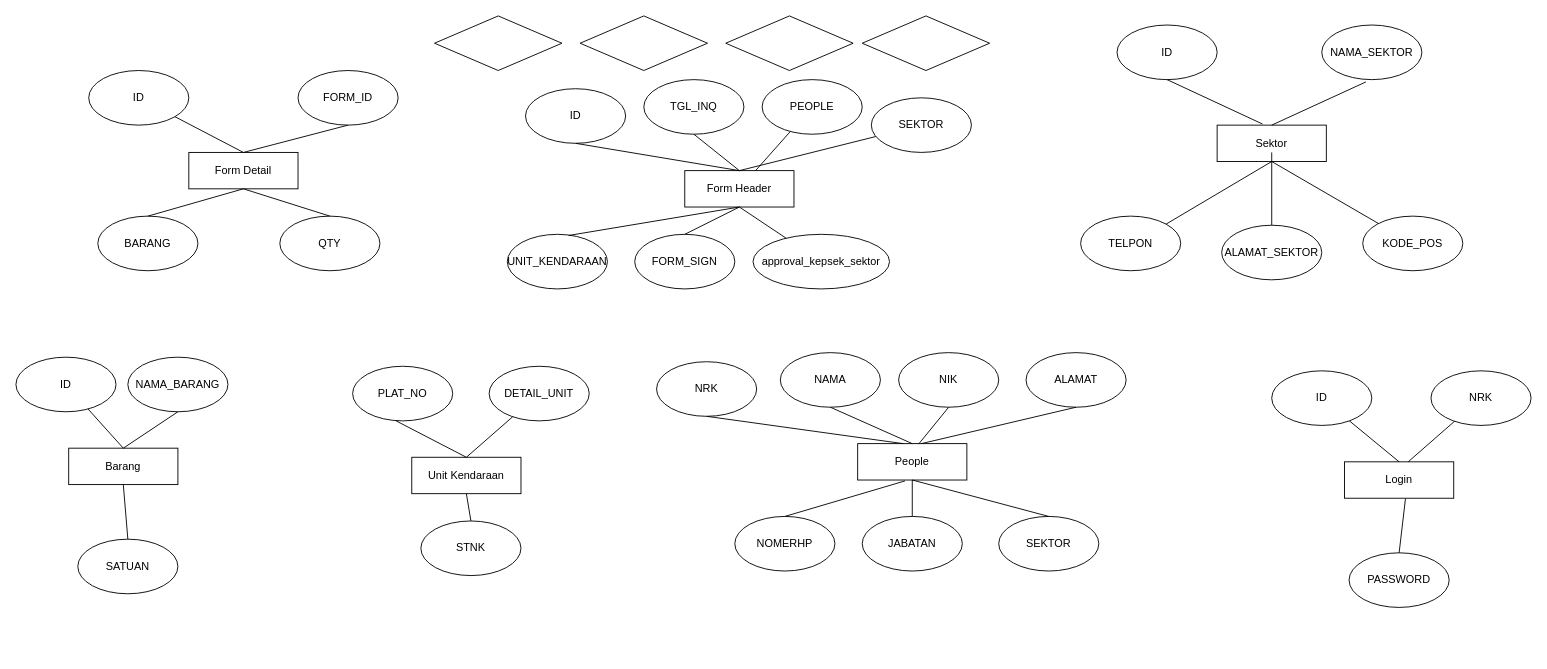
The draw.io diagram Untitled Diagram.drawio in mhmmdihza/kkpbl, before the edit. Source tidied: cells renumbered, new cells numbered last; positions are measured from the earlier drawing's top-left corner, leaving out a move shared by most shapes. Both pictures are drawn from the tidied source at 91%, with x=0, y=0 at pixel (15, 15).
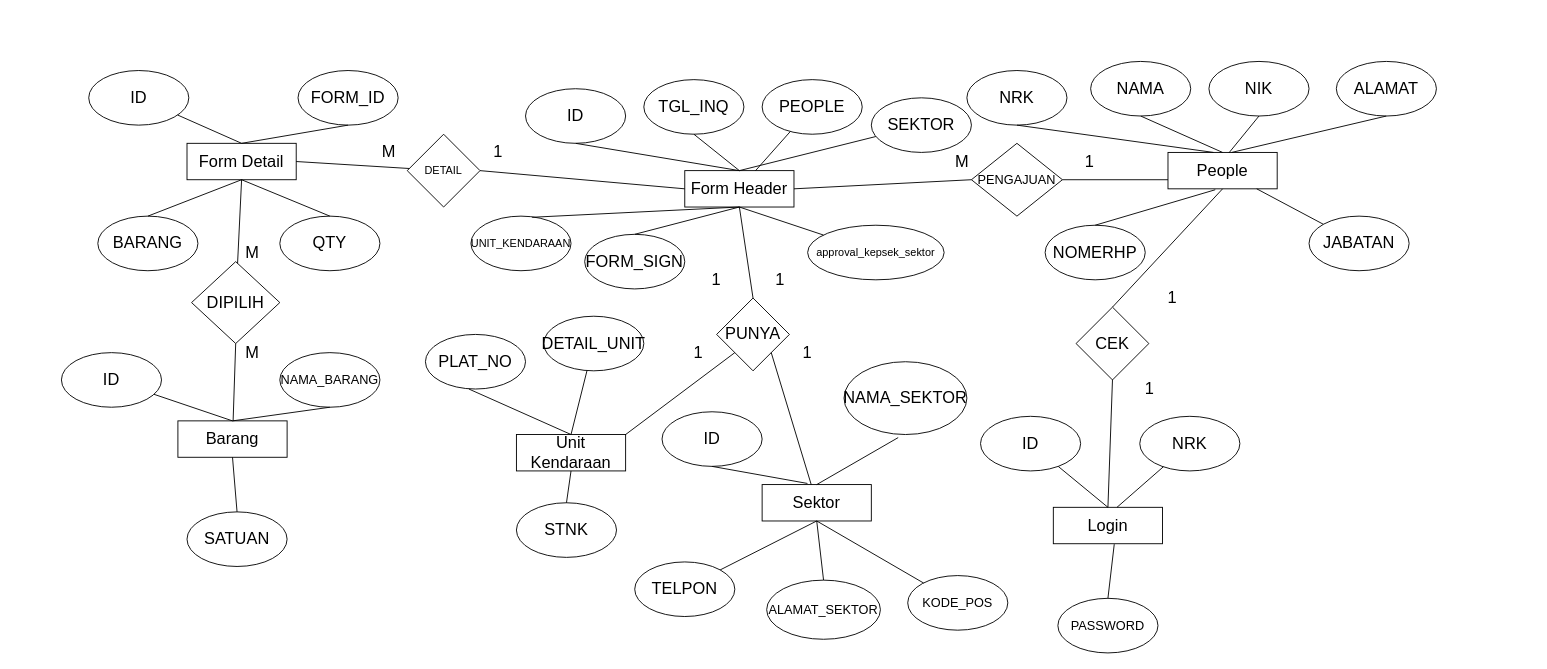
Above is the later version.

Change to the diagram source:
```diff
@@
-    <mxCell id="2" value="Sektor" style="rounded=0;whiteSpace=wrap;html=1;" parent="1" vertex="1">
-      <mxGeometry x="1320" y="120" width="120" height="40" as="geometry" />
+    <mxCell id="2" value="&lt;font style=&quot;font-size: 18px&quot;&gt;Sektor&lt;/font&gt;" style="rounded=0;whiteSpace=wrap;html=1;" parent="1" vertex="1">
+      <mxGeometry x="820" y="515" width="120" height="40" as="geometry" />
     </mxCell>
-    <mxCell id="3" value="Barang" style="rounded=0;whiteSpace=wrap;html=1;" parent="1" vertex="1">
-      <mxGeometry x="58" y="475" width="120" height="40" as="geometry" />
+    <mxCell id="3" value="&lt;font style=&quot;font-size: 18px&quot;&gt;Barang&lt;/font&gt;" style="rounded=0;whiteSpace=wrap;html=1;" parent="1" vertex="1">
+      <mxGeometry x="178" y="445" width="120" height="40" as="geometry" />
     </mxCell>
-    <mxCell id="4" value="Form Header" style="rounded=0;whiteSpace=wrap;html=1;" parent="1" vertex="1">
+    <mxCell id="4" value="&lt;font style=&quot;font-size: 18px&quot;&gt;Form Header&lt;/font&gt;" style="rounded=0;whiteSpace=wrap;html=1;" parent="1" vertex="1">
       <mxGeometry x="735" y="170" width="120" height="40" as="geometry" />
     </mxCell>
-    <mxCell id="5" value="Unit Kendaraan" style="rounded=0;whiteSpace=wrap;html=1;" parent="1" vertex="1">
-      <mxGeometry x="435" y="485" width="120" height="40" as="geometry" />
+    <mxCell id="5" value="&lt;font style=&quot;font-size: 18px&quot;&gt;Unit Kendaraan&lt;/font&gt;" style="rounded=0;whiteSpace=wrap;html=1;" parent="1" vertex="1">
+      <mxGeometry x="550" y="460" width="120" height="40" as="geometry" />
     </mxCell>
-    <mxCell id="6" value="Form Detail" style="rounded=0;whiteSpace=wrap;html=1;" parent="1" vertex="1">
-      <mxGeometry x="190" y="150" width="120" height="40" as="geometry" />
+    <mxCell id="6" value="&lt;font style=&quot;font-size: 18px&quot;&gt;Form Detail&lt;/font&gt;" style="rounded=0;whiteSpace=wrap;html=1;" parent="1" vertex="1">
+      <mxGeometry x="188" y="140" width="120" height="40" as="geometry" />
     </mxCell>
-    <mxCell id="7" value="People" style="rounded=0;whiteSpace=wrap;html=1;" parent="1" vertex="1">
-      <mxGeometry x="925" y="470" width="120" height="40" as="geometry" />
+    <mxCell id="7" value="&lt;font style=&quot;font-size: 18px&quot;&gt;People&lt;/font&gt;" style="rounded=0;whiteSpace=wrap;html=1;" parent="1" vertex="1">
+      <mxGeometry x="1266" y="150" width="120" height="40" as="geometry" />
     </mxCell>
-    <mxCell id="8" value="Login" style="rounded=0;whiteSpace=wrap;html=1;" parent="1" vertex="1">
-      <mxGeometry x="1460" y="490" width="120" height="40" as="geometry" />
+    <mxCell id="8" value="&lt;font style=&quot;font-size: 18px&quot;&gt;Login&lt;/font&gt;" style="rounded=0;whiteSpace=wrap;html=1;" parent="1" vertex="1">
+      <mxGeometry x="1140" y="540" width="120" height="40" as="geometry" />
     </mxCell>
-    <mxCell id="9" style="rhombus;whiteSpace=wrap;html=1;" parent="1" vertex="1">
-      <mxGeometry x="460" width="140" height="60" as="geometry" />
-    </mxCell>
-    <mxCell id="10" style="rhombus;whiteSpace=wrap;html=1;" parent="1" vertex="1">
-      <mxGeometry x="620" width="140" height="60" as="geometry" />
-    </mxCell>
-    <mxCell id="11" style="rhombus;whiteSpace=wrap;html=1;" parent="1" vertex="1">
-      <mxGeometry x="780" width="140" height="60" as="geometry" />
-    </mxCell>
-    <mxCell id="12" style="rhombus;whiteSpace=wrap;html=1;" parent="1" vertex="1">
-      <mxGeometry x="930" width="140" height="60" as="geometry" />
-    </mxCell>
-    <mxCell id="13" value="ID" style="ellipse;whiteSpace=wrap;html=1;" parent="1" vertex="1">
-      <mxGeometry x="1210" y="10" width="110" height="60" as="geometry" />
+    <mxCell id="13" value="&lt;font style=&quot;font-size: 18px&quot;&gt;ID&lt;/font&gt;" style="ellipse;whiteSpace=wrap;html=1;" parent="1" vertex="1">
+      <mxGeometry x="710" y="435" width="110" height="60" as="geometry" />
     </mxCell>
-    <mxCell id="14" value="KODE_POS" style="ellipse;whiteSpace=wrap;html=1;" parent="1" vertex="1">
-      <mxGeometry x="1480" y="220" width="110" height="60" as="geometry" />
+    <mxCell id="14" value="&lt;font style=&quot;font-size: 14px&quot;&gt;KODE_POS&lt;/font&gt;" style="ellipse;whiteSpace=wrap;html=1;" parent="1" vertex="1">
+      <mxGeometry x="980" y="615" width="110" height="60" as="geometry" />
     </mxCell>
-    <mxCell id="15" value="TELPON" style="ellipse;whiteSpace=wrap;html=1;" parent="1" vertex="1">
-      <mxGeometry x="1170" y="220" width="110" height="60" as="geometry" />
+    <mxCell id="15" value="&lt;font style=&quot;font-size: 18px&quot;&gt;TELPON&lt;/font&gt;" style="ellipse;whiteSpace=wrap;html=1;" parent="1" vertex="1">
+      <mxGeometry x="680" y="600" width="110" height="60" as="geometry" />
     </mxCell>
-    <mxCell id="16" value="NAMA_SEKTOR" style="ellipse;whiteSpace=wrap;html=1;" parent="1" vertex="1">
-      <mxGeometry x="1435" y="10" width="110" height="60" as="geometry" />
+    <mxCell id="16" value="&lt;font style=&quot;font-size: 18px&quot;&gt;NAMA_SEKTOR&lt;/font&gt;" style="ellipse;whiteSpace=wrap;html=1;" parent="1" vertex="1">
+      <mxGeometry x="910" y="380" width="135" height="80" as="geometry" />
     </mxCell>
-    <mxCell id="17" value="ALAMAT_SEKTOR" style="ellipse;whiteSpace=wrap;html=1;" parent="1" vertex="1">
-      <mxGeometry x="1325" y="230" width="110" height="60" as="geometry" />
+    <mxCell id="17" value="&lt;font style=&quot;font-size: 14px&quot;&gt;ALAMAT_SEKTOR&lt;/font&gt;" style="ellipse;whiteSpace=wrap;html=1;" parent="1" vertex="1">
+      <mxGeometry x="825" y="620" width="125" height="65" as="geometry" />
     </mxCell>
@@
-    <mxCell id="20" style="endArrow=none;html=1;exitX=0.5;exitY=0;exitDx=0;exitDy=0;" parent="1" edge="1" source="17">
-      <mxGeometry relative="1" as="geometry">
-        <mxPoint x="1380" y="150" as="targetPoint" />
-      </mxGeometry>
+    <mxCell id="20" style="endArrow=none;html=1;exitX=0.5;exitY=0;exitDx=0;exitDy=0;entryX=0.5;entryY=1;entryDx=0;entryDy=0;" parent="1" edge="1" source="17" target="2">
+      <mxGeometry relative="1" as="geometry" />
     </mxCell>
@@
-    <mxCell id="23" value="TGL_INQ" style="ellipse;whiteSpace=wrap;html=1;" parent="1" vertex="1">
+    <mxCell id="23" value="&lt;font style=&quot;font-size: 18px&quot;&gt;TGL_INQ&lt;/font&gt;" style="ellipse;whiteSpace=wrap;html=1;" parent="1" vertex="1">
       <mxGeometry x="690" y="70" width="110" height="60" as="geometry" />
     </mxCell>
-    <mxCell id="24" value="PEOPLE" style="ellipse;whiteSpace=wrap;html=1;" parent="1" vertex="1">
+    <mxCell id="24" value="&lt;font style=&quot;font-size: 18px&quot;&gt;PEOPLE&lt;/font&gt;" style="ellipse;whiteSpace=wrap;html=1;" parent="1" vertex="1">
       <mxGeometry x="820" y="70" width="110" height="60" as="geometry" />
     </mxCell>
     <mxCell id="25" value="approval_kepsek_sektor" style="ellipse;whiteSpace=wrap;html=1;" parent="1" vertex="1">
-      <mxGeometry x="810" y="240" width="150" height="60" as="geometry" />
+      <mxGeometry x="870" y="230" width="150" height="60" as="geometry" />
     </mxCell>
-    <mxCell id="26" value="FORM_SIGN" style="ellipse;whiteSpace=wrap;html=1;" parent="1" vertex="1">
-      <mxGeometry x="680" y="240" width="110" height="60" as="geometry" />
+    <mxCell id="26" value="&lt;font style=&quot;font-size: 18px&quot;&gt;FORM_SIGN&lt;/font&gt;" style="ellipse;whiteSpace=wrap;html=1;" parent="1" vertex="1">
+      <mxGeometry x="625" y="240" width="110" height="60" as="geometry" />
     </mxCell>
     <mxCell id="27" value="UNIT_KENDARAAN" style="ellipse;whiteSpace=wrap;html=1;" parent="1" vertex="1">
-      <mxGeometry x="540" y="240" width="110" height="60" as="geometry" />
+      <mxGeometry x="500" y="220" width="110" height="60" as="geometry" />
     </mxCell>
-    <mxCell id="28" value="ID" style="ellipse;whiteSpace=wrap;html=1;" parent="1" vertex="1">
+    <mxCell id="28" value="&lt;font style=&quot;font-size: 18px&quot;&gt;ID&lt;/font&gt;" style="ellipse;whiteSpace=wrap;html=1;" parent="1" vertex="1">
       <mxGeometry x="560" y="80" width="110" height="60" as="geometry" />
     </mxCell>
-    <mxCell id="29" value="SEKTOR" style="ellipse;whiteSpace=wrap;html=1;" parent="1" vertex="1">
+    <mxCell id="29" value="&lt;font style=&quot;font-size: 18px&quot;&gt;SEKTOR&lt;/font&gt;" style="ellipse;whiteSpace=wrap;html=1;" parent="1" vertex="1">
       <mxGeometry x="940" y="90" width="110" height="60" as="geometry" />
     </mxCell>
@@
-    <mxCell id="37" value="ID" style="ellipse;whiteSpace=wrap;html=1;" parent="1" vertex="1">
+    <mxCell id="37" value="&lt;font style=&quot;font-size: 18px&quot;&gt;ID&lt;/font&gt;" style="ellipse;whiteSpace=wrap;html=1;" parent="1" vertex="1">
       <mxGeometry x="80" y="60" width="110" height="60" as="geometry" />
     </mxCell>
-    <mxCell id="38" value="FORM_ID" style="ellipse;whiteSpace=wrap;html=1;" parent="1" vertex="1">
+    <mxCell id="38" value="&lt;font style=&quot;font-size: 18px&quot;&gt;FORM_ID&lt;/font&gt;" style="ellipse;whiteSpace=wrap;html=1;" parent="1" vertex="1">
       <mxGeometry x="310" y="60" width="110" height="60" as="geometry" />
     </mxCell>
-    <mxCell id="39" value="QTY" style="ellipse;whiteSpace=wrap;html=1;" parent="1" vertex="1">
+    <mxCell id="39" value="&lt;font style=&quot;font-size: 18px&quot;&gt;QTY&lt;/font&gt;" style="ellipse;whiteSpace=wrap;html=1;" parent="1" vertex="1">
       <mxGeometry x="290" y="220" width="110" height="60" as="geometry" />
     </mxCell>
-    <mxCell id="40" value="BARANG" style="ellipse;whiteSpace=wrap;html=1;" parent="1" vertex="1">
+    <mxCell id="40" value="&lt;font style=&quot;font-size: 18px&quot;&gt;BARANG&lt;/font&gt;" style="ellipse;whiteSpace=wrap;html=1;" parent="1" vertex="1">
       <mxGeometry x="90" y="220" width="110" height="60" as="geometry" />
     </mxCell>
@@
-    <mxCell id="45" value="ID" style="ellipse;whiteSpace=wrap;html=1;" parent="1" vertex="1">
-      <mxGeometry y="375" width="110" height="60" as="geometry" />
+    <mxCell id="45" value="&lt;font style=&quot;font-size: 18px&quot;&gt;ID&lt;/font&gt;" style="ellipse;whiteSpace=wrap;html=1;" parent="1" vertex="1">
+      <mxGeometry x="50" y="370" width="110" height="60" as="geometry" />
     </mxCell>
-    <mxCell id="46" value="SATUAN" style="ellipse;whiteSpace=wrap;html=1;" parent="1" vertex="1">
-      <mxGeometry x="68" y="575" width="110" height="60" as="geometry" />
+    <mxCell id="46" value="&lt;font style=&quot;font-size: 18px&quot;&gt;SATUAN&lt;/font&gt;" style="ellipse;whiteSpace=wrap;html=1;" parent="1" vertex="1">
+      <mxGeometry x="188" y="545" width="110" height="60" as="geometry" />
     </mxCell>
-    <mxCell id="47" value="NAMA_BARANG" style="ellipse;whiteSpace=wrap;html=1;" parent="1" vertex="1">
-      <mxGeometry x="123" y="375" width="110" height="60" as="geometry" />
+    <mxCell id="47" value="&lt;font style=&quot;font-size: 14px&quot;&gt;NAMA_BARANG&lt;/font&gt;" style="ellipse;whiteSpace=wrap;html=1;" parent="1" vertex="1">
+      <mxGeometry x="290" y="370" width="110" height="60" as="geometry" />
     </mxCell>
@@
-    <mxCell id="51" value="STNK" style="ellipse;whiteSpace=wrap;html=1;" parent="1" vertex="1">
-      <mxGeometry x="445" y="555" width="110" height="60" as="geometry" />
+    <mxCell id="51" value="&lt;font style=&quot;font-size: 18px&quot;&gt;STNK&lt;/font&gt;" style="ellipse;whiteSpace=wrap;html=1;" parent="1" vertex="1">
+      <mxGeometry x="550" y="535" width="110" height="60" as="geometry" />
     </mxCell>
-    <mxCell id="52" value="DETAIL_UNIT" style="ellipse;whiteSpace=wrap;html=1;" parent="1" vertex="1">
-      <mxGeometry x="520" y="385" width="110" height="60" as="geometry" />
+    <mxCell id="52" value="&lt;font style=&quot;font-size: 18px&quot;&gt;DETAIL_UNIT&lt;/font&gt;" style="ellipse;whiteSpace=wrap;html=1;" parent="1" vertex="1">
+      <mxGeometry x="580" y="330" width="110" height="60" as="geometry" />
     </mxCell>
-    <mxCell id="53" value="PLAT_NO" style="ellipse;whiteSpace=wrap;html=1;" parent="1" vertex="1">
-      <mxGeometry x="370" y="385" width="110" height="60" as="geometry" />
+    <mxCell id="53" value="&lt;font style=&quot;font-size: 18px&quot;&gt;PLAT_NO&lt;/font&gt;" style="ellipse;whiteSpace=wrap;html=1;" parent="1" vertex="1">
+      <mxGeometry x="450" y="350" width="110" height="60" as="geometry" />
     </mxCell>
@@
-    <mxCell id="57" value="SEKTOR" style="ellipse;whiteSpace=wrap;html=1;" parent="1" vertex="1">
-      <mxGeometry x="1080" y="550" width="110" height="60" as="geometry" />
-    </mxCell>
-    <mxCell id="58" value="JABATAN" style="ellipse;whiteSpace=wrap;html=1;" parent="1" vertex="1">
-      <mxGeometry x="930" y="550" width="110" height="60" as="geometry" />
+    <mxCell id="58" value="&lt;font style=&quot;font-size: 18px&quot;&gt;JABATAN&lt;/font&gt;" style="ellipse;whiteSpace=wrap;html=1;" parent="1" vertex="1">
+      <mxGeometry x="1421" y="220" width="110" height="60" as="geometry" />
     </mxCell>
-    <mxCell id="59" value="NOMERHP" style="ellipse;whiteSpace=wrap;html=1;" parent="1" vertex="1">
-      <mxGeometry x="790" y="550" width="110" height="60" as="geometry" />
+    <mxCell id="59" value="&lt;font style=&quot;font-size: 18px&quot;&gt;NOMERHP&lt;/font&gt;" style="ellipse;whiteSpace=wrap;html=1;" parent="1" vertex="1">
+      <mxGeometry x="1131" y="230" width="110" height="60" as="geometry" />
     </mxCell>
-    <mxCell id="60" value="NRK" style="ellipse;whiteSpace=wrap;html=1;" parent="1" vertex="1">
-      <mxGeometry x="704" y="380" width="110" height="60" as="geometry" />
+    <mxCell id="60" value="&lt;font style=&quot;font-size: 18px&quot;&gt;NRK&lt;/font&gt;" style="ellipse;whiteSpace=wrap;html=1;" parent="1" vertex="1">
+      <mxGeometry x="1045" y="60" width="110" height="60" as="geometry" />
     </mxCell>
-    <mxCell id="61" value="ALAMAT" style="ellipse;whiteSpace=wrap;html=1;" parent="1" vertex="1">
-      <mxGeometry x="1110" y="370" width="110" height="60" as="geometry" />
+    <mxCell id="61" value="&lt;font style=&quot;font-size: 18px&quot;&gt;ALAMAT&lt;/font&gt;" style="ellipse;whiteSpace=wrap;html=1;" parent="1" vertex="1">
+      <mxGeometry x="1451" y="50" width="110" height="60" as="geometry" />
     </mxCell>
-    <mxCell id="62" value="NAMA" style="ellipse;whiteSpace=wrap;html=1;" parent="1" vertex="1">
-      <mxGeometry x="840" y="370" width="110" height="60" as="geometry" />
+    <mxCell id="62" value="&lt;font style=&quot;font-size: 18px&quot;&gt;NAMA&lt;/font&gt;" style="ellipse;whiteSpace=wrap;html=1;" parent="1" vertex="1">
+      <mxGeometry x="1181" y="50" width="110" height="60" as="geometry" />
     </mxCell>
-    <mxCell id="63" value="NIK" style="ellipse;whiteSpace=wrap;html=1;" parent="1" vertex="1">
-      <mxGeometry x="970" y="370" width="110" height="60" as="geometry" />
+    <mxCell id="63" value="&lt;font style=&quot;font-size: 18px&quot;&gt;NIK&lt;/font&gt;" style="ellipse;whiteSpace=wrap;html=1;" parent="1" vertex="1">
+      <mxGeometry x="1311" y="50" width="110" height="60" as="geometry" />
     </mxCell>
@@
-    <mxCell id="70" style="endArrow=none;html=1;exitX=0.5;exitY=0;exitDx=0;exitDy=0;entryX=0.5;entryY=1;entryDx=0;entryDy=0;" parent="1" edge="1" source="57" target="7">
-      <mxGeometry relative="1" as="geometry" />
-    </mxCell>
-    <mxCell id="71" value="PASSWORD" style="ellipse;whiteSpace=wrap;html=1;" parent="1" vertex="1">
-      <mxGeometry x="1465" y="590" width="110" height="60" as="geometry" />
+    <mxCell id="71" value="&lt;font style=&quot;font-size: 14px&quot;&gt;PASSWORD&lt;/font&gt;" style="ellipse;whiteSpace=wrap;html=1;" parent="1" vertex="1">
+      <mxGeometry x="1145" y="640" width="110" height="60" as="geometry" />
     </mxCell>
-    <mxCell id="72" value="NRK" style="ellipse;whiteSpace=wrap;html=1;" parent="1" vertex="1">
-      <mxGeometry x="1555" y="390" width="110" height="60" as="geometry" />
+    <mxCell id="72" value="&lt;font style=&quot;font-size: 18px&quot;&gt;NRK&lt;/font&gt;" style="ellipse;whiteSpace=wrap;html=1;" parent="1" vertex="1">
+      <mxGeometry x="1235" y="440" width="110" height="60" as="geometry" />
     </mxCell>
-    <mxCell id="73" value="ID" style="ellipse;whiteSpace=wrap;html=1;" parent="1" vertex="1">
-      <mxGeometry x="1380" y="390" width="110" height="60" as="geometry" />
+    <mxCell id="73" value="&lt;font style=&quot;font-size: 18px&quot;&gt;ID&lt;/font&gt;" style="ellipse;whiteSpace=wrap;html=1;" parent="1" vertex="1">
+      <mxGeometry x="1060" y="440" width="110" height="60" as="geometry" />
     </mxCell>
@@
+    <mxCell id="77" value="&lt;font style=&quot;font-size: 18px&quot;&gt;DIPILIH&lt;/font&gt;" style="rhombus;whiteSpace=wrap;html=1;" parent="1" vertex="1">
+      <mxGeometry x="193" y="270" width="97" height="90" as="geometry" />
+    </mxCell>
+    <mxCell id="78" value="&lt;font style=&quot;font-size: 18px&quot;&gt;PUNYA&lt;/font&gt;" style="rhombus;whiteSpace=wrap;html=1;" parent="1" vertex="1">
+      <mxGeometry x="770" y="310" width="80" height="80" as="geometry" />
+    </mxCell>
+    <mxCell id="79" value="DETAIL" style="rhombus;whiteSpace=wrap;html=1;" parent="1" vertex="1">
+      <mxGeometry x="430" y="130" width="80" height="80" as="geometry" />
+    </mxCell>
+    <mxCell id="80" value="&lt;font style=&quot;font-size: 14px&quot;&gt;PENGAJUAN&lt;/font&gt;" style="rhombus;whiteSpace=wrap;html=1;" parent="1" vertex="1">
+      <mxGeometry x="1050" y="140" width="100" height="80" as="geometry" />
+    </mxCell>
+    <mxCell id="81" value="&lt;font style=&quot;font-size: 18px&quot;&gt;CEK&lt;/font&gt;" style="rhombus;whiteSpace=wrap;html=1;" parent="1" vertex="1">
+      <mxGeometry x="1165" y="320" width="80" height="80" as="geometry" />
+    </mxCell>
+    <mxCell id="82" style="endArrow=none;html=1;exitX=0.5;exitY=0;exitDx=0;exitDy=0;entryX=0.5;entryY=1;entryDx=0;entryDy=0;" parent="1" edge="1" source="78" target="4">
+      <mxGeometry relative="1" as="geometry" />
+    </mxCell>
+    <mxCell id="83" style="endArrow=none;html=1;entryX=0.5;entryY=1;entryDx=0;entryDy=0;" parent="1" edge="1" source="77" target="6">
+      <mxGeometry relative="1" as="geometry" />
+    </mxCell>
+    <mxCell id="84" style="endArrow=none;html=1;entryX=0.5;entryY=1;entryDx=0;entryDy=0;" parent="1" edge="1" source="3" target="77">
+      <mxGeometry relative="1" as="geometry" />
+    </mxCell>
+    <mxCell id="85" style="endArrow=none;html=1;exitX=1;exitY=0;exitDx=0;exitDy=0;entryX=0;entryY=1;entryDx=0;entryDy=0;" parent="1" edge="1" source="5" target="78">
+      <mxGeometry relative="1" as="geometry" />
+    </mxCell>
+    <mxCell id="86" style="endArrow=none;html=1;entryX=1;entryY=1;entryDx=0;entryDy=0;" parent="1" edge="1" source="2" target="78">
+      <mxGeometry relative="1" as="geometry" />
+    </mxCell>
+    <mxCell id="87" style="endArrow=none;html=1;entryX=0;entryY=0.5;entryDx=0;entryDy=0;exitX=1;exitY=0.5;exitDx=0;exitDy=0;" parent="1" edge="1" source="4" target="80">
+      <mxGeometry relative="1" as="geometry" />
+    </mxCell>
+    <mxCell id="88" style="endArrow=none;html=1;entryX=1;entryY=0.5;entryDx=0;entryDy=0;exitX=0;exitY=0.75;exitDx=0;exitDy=0;" parent="1" edge="1" source="7" target="80">
+      <mxGeometry relative="1" as="geometry" />
+    </mxCell>
+    <mxCell id="89" style="endArrow=none;html=1;entryX=0.5;entryY=1;entryDx=0;entryDy=0;exitX=0.5;exitY=0;exitDx=0;exitDy=0;" parent="1" edge="1" source="81" target="7">
+      <mxGeometry relative="1" as="geometry" />
+    </mxCell>
+    <mxCell id="90" style="endArrow=none;html=1;entryX=0.5;entryY=1;entryDx=0;entryDy=0;exitX=0.5;exitY=0;exitDx=0;exitDy=0;" parent="1" edge="1" source="8" target="81">
+      <mxGeometry relative="1" as="geometry" />
+    </mxCell>
+    <mxCell id="91" style="endArrow=none;html=1;exitX=1;exitY=0.5;exitDx=0;exitDy=0;" parent="1" edge="1" source="6" target="79">
+      <mxGeometry relative="1" as="geometry" />
+    </mxCell>
+    <mxCell id="92" style="endArrow=none;html=1;exitX=1;exitY=0.5;exitDx=0;exitDy=0;entryX=0;entryY=0.5;entryDx=0;entryDy=0;" parent="1" edge="1" source="79" target="4">
+      <mxGeometry relative="1" as="geometry" />
+    </mxCell>
+    <mxCell id="93" value="&lt;font style=&quot;font-size: 18px&quot;&gt;1&lt;/font&gt;" style="text;html=1;strokeColor=none;fillColor=none;align=center;verticalAlign=middle;whiteSpace=wrap;rounded=0;" parent="1" vertex="1">
+      <mxGeometry x="1251" y="300" width="40" height="20" as="geometry" />
+    </mxCell>
+    <mxCell id="94" value="&lt;font style=&quot;font-size: 18px&quot;&gt;1&lt;/font&gt;" style="text;html=1;strokeColor=none;fillColor=none;align=center;verticalAlign=middle;whiteSpace=wrap;rounded=0;" parent="1" vertex="1">
+      <mxGeometry x="1226" y="400" width="40" height="20" as="geometry" />
+    </mxCell>
+    <mxCell id="95" value="&lt;font style=&quot;font-size: 18px&quot;&gt;1&lt;/font&gt;" style="text;html=1;strokeColor=none;fillColor=none;align=center;verticalAlign=middle;whiteSpace=wrap;rounded=0;" parent="1" vertex="1">
+      <mxGeometry x="1160" y="150" width="40" height="20" as="geometry" />
+    </mxCell>
+    <mxCell id="96" value="&lt;font style=&quot;font-size: 18px&quot;&gt;M&lt;/font&gt;" style="text;html=1;strokeColor=none;fillColor=none;align=center;verticalAlign=middle;whiteSpace=wrap;rounded=0;" parent="1" vertex="1">
+      <mxGeometry x="1020" y="150" width="40" height="20" as="geometry" />
+    </mxCell>
+    <mxCell id="97" value="&lt;font style=&quot;font-size: 18px&quot;&gt;M&lt;/font&gt;" style="text;html=1;strokeColor=none;fillColor=none;align=center;verticalAlign=middle;whiteSpace=wrap;rounded=0;" parent="1" vertex="1">
+      <mxGeometry x="240" y="250" width="40" height="20" as="geometry" />
+    </mxCell>
+    <mxCell id="98" value="&lt;font style=&quot;font-size: 18px&quot;&gt;M&lt;/font&gt;" style="text;html=1;strokeColor=none;fillColor=none;align=center;verticalAlign=middle;whiteSpace=wrap;rounded=0;" parent="1" vertex="1">
+      <mxGeometry x="240" y="360" width="40" height="20" as="geometry" />
+    </mxCell>
+    <mxCell id="99" value="&lt;font style=&quot;font-size: 18px&quot;&gt;1&lt;/font&gt;" style="text;html=1;strokeColor=none;fillColor=none;align=center;verticalAlign=middle;whiteSpace=wrap;rounded=0;" parent="1" vertex="1">
+      <mxGeometry x="510" y="140" width="40" height="20" as="geometry" />
+    </mxCell>
+    <mxCell id="100" value="&lt;font style=&quot;font-size: 18px&quot;&gt;M&lt;/font&gt;" style="text;html=1;strokeColor=none;fillColor=none;align=center;verticalAlign=middle;whiteSpace=wrap;rounded=0;" parent="1" vertex="1">
+      <mxGeometry x="390" y="140" width="40" height="20" as="geometry" />
+    </mxCell>
+    <mxCell id="101" value="&lt;font style=&quot;font-size: 18px&quot;&gt;1&lt;/font&gt;" style="text;html=1;strokeColor=none;fillColor=none;align=center;verticalAlign=middle;whiteSpace=wrap;rounded=0;" parent="1" vertex="1">
+      <mxGeometry x="820" y="280" width="40" height="20" as="geometry" />
+    </mxCell>
+    <mxCell id="102" value="&lt;font style=&quot;font-size: 18px&quot;&gt;1&lt;/font&gt;" style="text;html=1;strokeColor=none;fillColor=none;align=center;verticalAlign=middle;whiteSpace=wrap;rounded=0;" parent="1" vertex="1">
+      <mxGeometry x="750" y="280" width="40" height="20" as="geometry" />
+    </mxCell>
+    <mxCell id="103" value="&lt;font style=&quot;font-size: 18px&quot;&gt;1&lt;/font&gt;" style="text;html=1;strokeColor=none;fillColor=none;align=center;verticalAlign=middle;whiteSpace=wrap;rounded=0;" parent="1" vertex="1">
+      <mxGeometry x="730" y="360" width="40" height="20" as="geometry" />
+    </mxCell>
+    <mxCell id="104" value="&lt;font style=&quot;font-size: 18px&quot;&gt;1&lt;/font&gt;" style="text;html=1;strokeColor=none;fillColor=none;align=center;verticalAlign=middle;whiteSpace=wrap;rounded=0;" parent="1" vertex="1">
+      <mxGeometry x="850" y="360" width="40" height="20" as="geometry" />
+    </mxCell>
```
